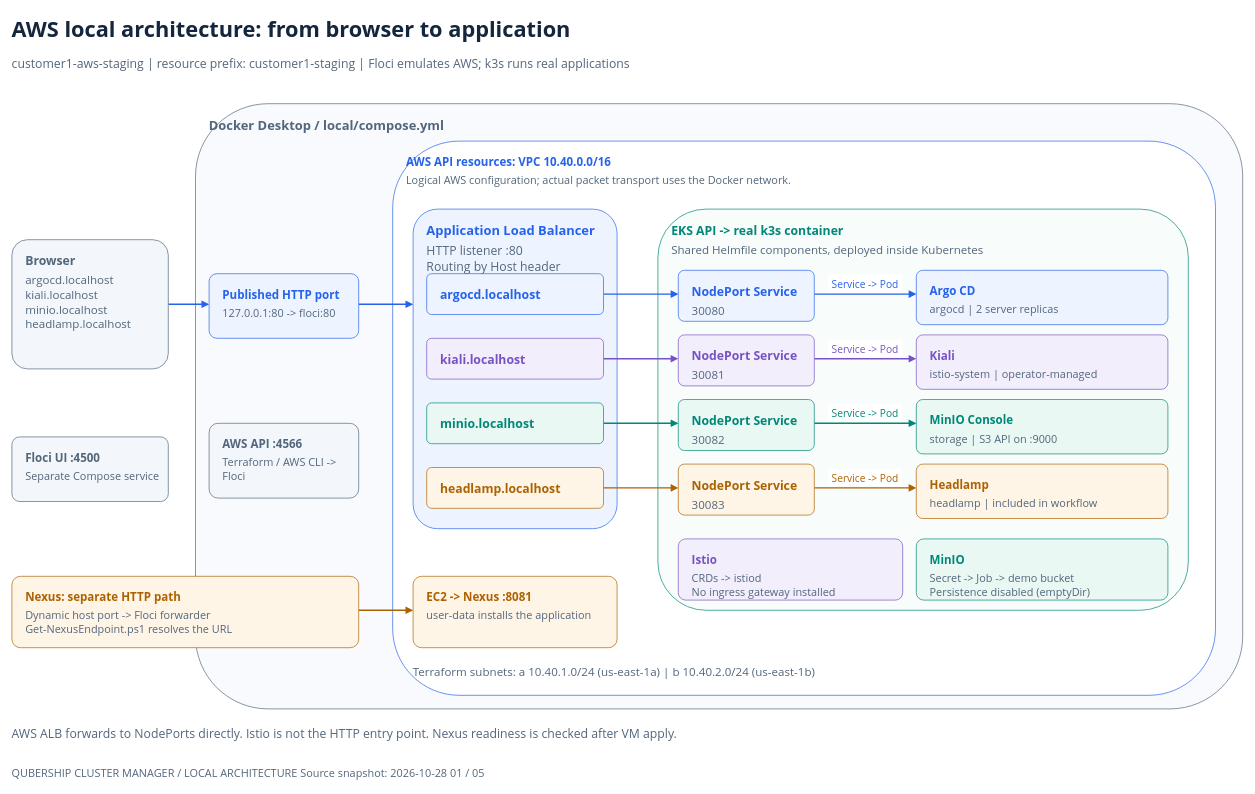
Earlier version of the draw.io diagram page "01 - AWS architecture" (1 of 5) of docs/diagrams/atmos-local-demo.drawio (Netcracker/qubership-cluster-management). Source tidied: cells renumbered, new cells numbered last; positions are measured from the earlier drawing's top-left corner, leaving out a move shared by most shapes. Both pictures are drawn from the tidied source at 68%, with x=0, y=0 at pixel (12, 12).
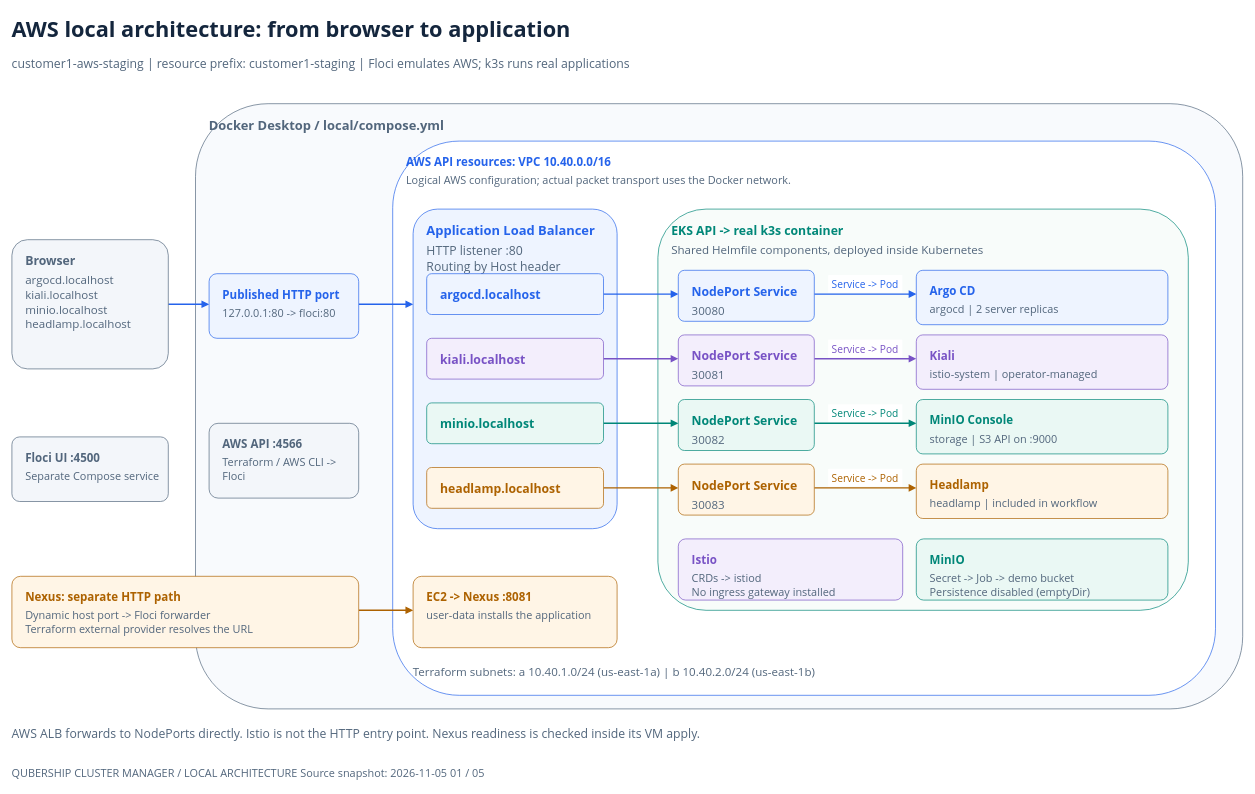
After the change.

The edit, as a diff of the source:
```diff
@@
-    <mxCell id="42" value="&lt;div style=&quot;font-family:Segoe UI;line-height:1.28&quot;&gt;&lt;b&gt;Nexus: separate HTTP path&lt;/b&gt;&lt;div style=&quot;font-size:16px;color:#52667C;margin-top:6px&quot;&gt;Dynamic host port -&amp;gt; Floci forwarder&lt;br&gt;Get-NexusEndpoint.ps1 resolves the URL&lt;/div&gt;&lt;/div&gt;" style="rounded=1;arcSize=12;whiteSpace=wrap;html=1;align=left;verticalAlign=top;spacingLeft=18;spacingTop=13;fontFamily=Segoe UI;fontSize=17;fontColor=#AD6200;fillColor=#FFF5E6;strokeColor=#AD6200;strokeWidth=1;" parent="1" vertex="1">
+    <mxCell id="42" value="&lt;div style=&quot;font-family:Segoe UI;line-height:1.28&quot;&gt;&lt;b&gt;Nexus: separate HTTP path&lt;/b&gt;&lt;div style=&quot;font-size:16px;color:#52667C;margin-top:6px&quot;&gt;Dynamic host port -&amp;gt; Floci forwarder&lt;br&gt;Terraform external provider resolves the URL&lt;/div&gt;&lt;/div&gt;" style="rounded=1;arcSize=12;whiteSpace=wrap;html=1;align=left;verticalAlign=top;spacingLeft=18;spacingTop=13;fontFamily=Segoe UI;fontSize=17;fontColor=#AD6200;fillColor=#FFF5E6;strokeColor=#AD6200;strokeWidth=1;" parent="1" vertex="1">
       <mxGeometry y="830" width="510" height="105" as="geometry" />
     </mxCell>
@@
-    <mxCell id="44" value="&lt;div style=&quot;font-family:Segoe UI;line-height:1.28&quot;&gt;AWS ALB forwards to NodePorts directly. Istio is not the HTTP entry point. Nexus readiness is checked after VM apply.&lt;/div&gt;" style="text;html=1;whiteSpace=wrap;align=left;verticalAlign=top;spacing=0;strokeColor=none;fillColor=none;fontSize=18;fontColor=#52667C;" parent="1" vertex="1">
+    <mxCell id="44" value="&lt;div style=&quot;font-family:Segoe UI;line-height:1.28&quot;&gt;AWS ALB forwards to NodePorts directly. Istio is not the HTTP entry point. Nexus readiness is checked inside its VM apply.&lt;/div&gt;" style="text;html=1;whiteSpace=wrap;align=left;verticalAlign=top;spacing=0;strokeColor=none;fillColor=none;fontSize=18;fontColor=#52667C;" parent="1" vertex="1">
       <mxGeometry y="1045" width="1790" height="35" as="geometry" />
     </mxCell>
-    <mxCell id="45" value="&lt;div style=&quot;font-family:Segoe UI;line-height:1.28&quot;&gt;QUBERSHIP CLUSTER MANAGER  /  LOCAL ARCHITECTURE                        Source snapshot: 2026-10-28                        01 / 05&lt;/div&gt;" style="text;html=1;whiteSpace=wrap;align=left;verticalAlign=top;spacing=0;strokeColor=none;fillColor=none;fontSize=16;fontColor=#52667C;" parent="1" vertex="1">
+    <mxCell id="45" value="&lt;div style=&quot;font-family:Segoe UI;line-height:1.28&quot;&gt;QUBERSHIP CLUSTER MANAGER  /  LOCAL ARCHITECTURE                        Source snapshot: 2026-11-05                        01 / 05&lt;/div&gt;" style="text;html=1;whiteSpace=wrap;align=left;verticalAlign=top;spacing=0;strokeColor=none;fillColor=none;fontSize=16;fontColor=#52667C;" parent="1" vertex="1">
       <mxGeometry y="1105" width="1800" height="28" as="geometry" />
     </mxCell>
```
